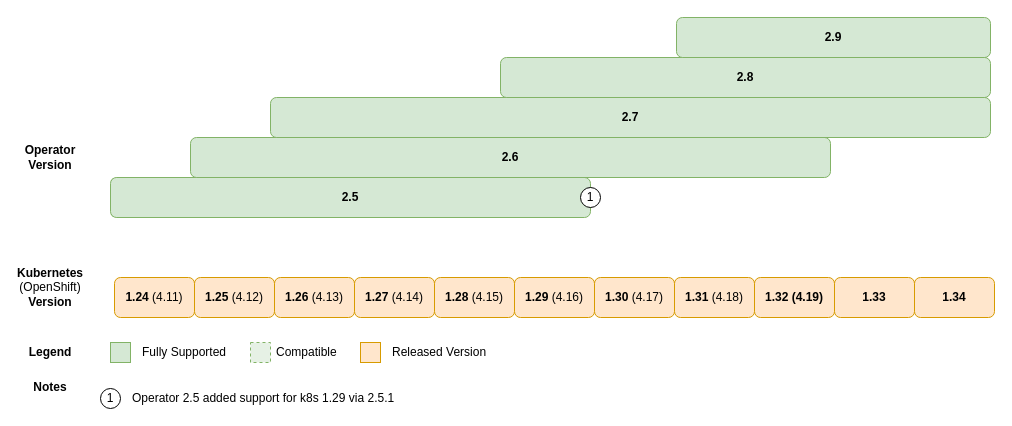
couchbase/docs-operator keeps this draw.io diagram as page "Compat Kuberentes" (1 of 3) of drawio-charts/k8s-compat.drawio. Above is the earlier version. Source tidied: cells renumbered, new cells numbered last; positions are measured from the earlier drawing's top-left corner, leaving out a move shared by most shapes. Both pictures are drawn from the tidied source at 100%, with x=0, y=0 at pixel (20, 17).
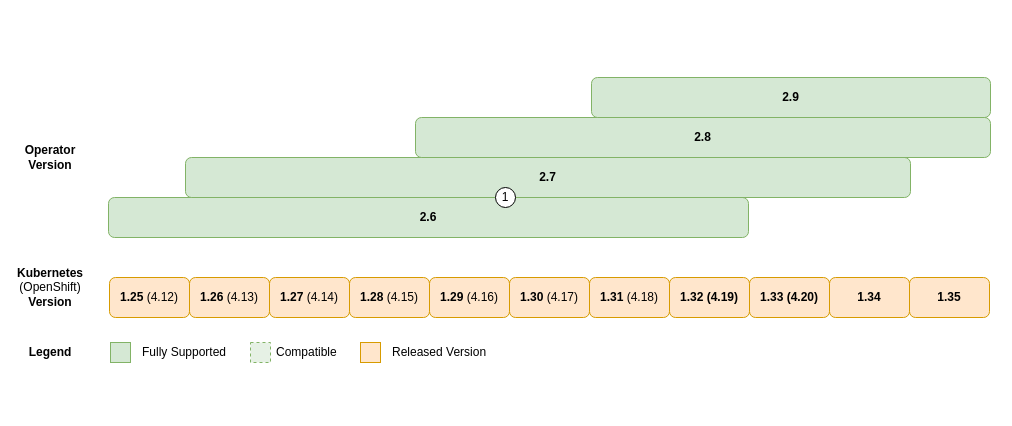
The same diagram, later.

Diff of the diagram source:
```diff
@@
-    <mxCell id="2" style="rounded=1;whiteSpace=wrap;html=1;fillColor=#d5e8d4;strokeColor=#82b366;fillOpacity=60;dashed=1;" parent="1" vertex="1">
-      <mxGeometry x="90" y="160" width="320" height="40" as="geometry" />
-    </mxCell>
@@
-    <mxCell id="6" value="&lt;b&gt;Notes&lt;/b&gt;" style="text;html=1;strokeColor=none;fillColor=none;align=center;verticalAlign=middle;whiteSpace=wrap;rounded=0;glass=0;" parent="1" vertex="1">
-      <mxGeometry y="360" width="60" height="20" as="geometry" />
-    </mxCell>
@@
-    <mxCell id="13" value="1" style="ellipse;whiteSpace=wrap;html=1;glass=0;" parent="1" vertex="1">
-      <mxGeometry x="80" y="371" width="20" height="20" as="geometry" />
-    </mxCell>
-    <mxCell id="14" value="Operator 2.5 added support for k8s 1.29 via 2.5.1" style="text;html=1;strokeColor=none;fillColor=none;align=left;verticalAlign=middle;whiteSpace=wrap;rounded=0;glass=0;" parent="1" vertex="1">
-      <mxGeometry x="110" y="371" width="470" height="20" as="geometry" />
-    </mxCell>
-    <mxCell id="15" value="&lt;div&gt;&lt;b&gt;1.24&amp;nbsp;&lt;/b&gt;(4.11)&lt;/div&gt;&lt;b&gt;&lt;/b&gt;" style="rounded=1;whiteSpace=wrap;html=1;fillColor=#ffe6cc;strokeColor=#d79b00;" parent="1" vertex="1">
-      <mxGeometry x="94" y="260" width="80" height="40" as="geometry" />
-    </mxCell>
     <mxCell id="16" value="&lt;div&gt;&lt;b&gt;1.25&amp;nbsp;&lt;/b&gt;(4.12)&lt;/div&gt;&lt;b&gt;&lt;/b&gt;" style="rounded=1;whiteSpace=wrap;html=1;fillColor=#ffe6cc;strokeColor=#d79b00;" parent="1" vertex="1">
-      <mxGeometry x="174" y="260" width="80" height="40" as="geometry" />
+      <mxGeometry x="89" y="260" width="80" height="40" as="geometry" />
     </mxCell>
     <mxCell id="17" value="&lt;b&gt;1.26&lt;/b&gt; (4.13)" style="rounded=1;whiteSpace=wrap;html=1;fillColor=#ffe6cc;strokeColor=#d79b00;" parent="1" vertex="1">
-      <mxGeometry x="254" y="260" width="80" height="40" as="geometry" />
+      <mxGeometry x="169" y="260" width="80" height="40" as="geometry" />
     </mxCell>
     <mxCell id="18" value="&lt;b&gt;1.27&lt;/b&gt; (4.14)" style="rounded=1;whiteSpace=wrap;html=1;fillColor=#ffe6cc;strokeColor=#d79b00;" parent="1" vertex="1">
-      <mxGeometry x="334" y="260" width="80" height="40" as="geometry" />
+      <mxGeometry x="249" y="260" width="80" height="40" as="geometry" />
     </mxCell>
-    <mxCell id="19" value="&lt;b&gt;2.5&lt;/b&gt;" style="rounded=1;whiteSpace=wrap;html=1;fillColor=#d5e8d4;strokeColor=#82b366;" parent="1" vertex="1">
-      <mxGeometry x="90" y="160" width="480" height="40" as="geometry" />
-    </mxCell>
     <mxCell id="20" value="&lt;b&gt;1.28&lt;/b&gt; (4.15)" style="rounded=1;whiteSpace=wrap;html=1;fillColor=#ffe6cc;strokeColor=#d79b00;" parent="1" vertex="1">
-      <mxGeometry x="414" y="260" width="80" height="40" as="geometry" />
+      <mxGeometry x="329" y="260" width="80" height="40" as="geometry" />
     </mxCell>
     <mxCell id="21" value="&lt;b&gt;2.6&lt;/b&gt;" style="rounded=1;whiteSpace=wrap;html=1;fillColor=#d5e8d4;strokeColor=#82b366;" parent="1" vertex="1">
-      <mxGeometry x="170" y="120" width="640" height="40" as="geometry" />
+      <mxGeometry x="88" y="180" width="640" height="40" as="geometry" />
     </mxCell>
     <mxCell id="22" value="&lt;b&gt;1.29 &lt;/b&gt;(4.16)" style="rounded=1;whiteSpace=wrap;html=1;fillColor=#ffe6cc;strokeColor=#d79b00;" parent="1" vertex="1">
-      <mxGeometry x="494" y="260" width="80" height="40" as="geometry" />
+      <mxGeometry x="409" y="260" width="80" height="40" as="geometry" />
     </mxCell>
     <mxCell id="23" value="&lt;b&gt;1.30 &lt;/b&gt;(4.17)" style="rounded=1;whiteSpace=wrap;html=1;fillColor=#ffe6cc;strokeColor=#d79b00;" parent="1" vertex="1">
-      <mxGeometry x="574" y="260" width="80" height="40" as="geometry" />
+      <mxGeometry x="489" y="260" width="80" height="40" as="geometry" />
     </mxCell>
     <mxCell id="24" value="&lt;b&gt;2.7&lt;/b&gt;" style="rounded=1;whiteSpace=wrap;html=1;fillColor=#d5e8d4;strokeColor=#82b366;" parent="1" vertex="1">
-      <mxGeometry x="250" y="80" width="720" height="40" as="geometry" />
+      <mxGeometry x="165" y="140" width="725" height="40" as="geometry" />
     </mxCell>
     <mxCell id="25" value="&lt;b&gt;2.8&lt;/b&gt;" style="rounded=1;whiteSpace=wrap;html=1;fillColor=#d5e8d4;strokeColor=#82b366;" parent="1" vertex="1">
-      <mxGeometry x="480" y="40" width="490" height="40" as="geometry" />
+      <mxGeometry x="395" y="100" width="575" height="40" as="geometry" />
     </mxCell>
     <mxCell id="26" value="&lt;b&gt;1.31&lt;/b&gt;&amp;nbsp;(4.18)" style="rounded=1;whiteSpace=wrap;html=1;fillColor=#ffe6cc;strokeColor=#d79b00;" parent="1" vertex="1">
-      <mxGeometry x="654" y="260" width="80" height="40" as="geometry" />
+      <mxGeometry x="569" y="260" width="80" height="40" as="geometry" />
     </mxCell>
     <mxCell id="27" value="&lt;b&gt;1.32 (4.19)&lt;/b&gt;" style="rounded=1;whiteSpace=wrap;html=1;fillColor=#ffe6cc;strokeColor=#d79b00;" parent="1" vertex="1">
-      <mxGeometry x="734" y="260" width="80" height="40" as="geometry" />
+      <mxGeometry x="649" y="260" width="80" height="40" as="geometry" />
     </mxCell>
     <mxCell id="28" value="1" style="ellipse;whiteSpace=wrap;html=1;glass=0;" parent="1" vertex="1">
-      <mxGeometry x="560" y="170" width="20" height="20" as="geometry" />
+      <mxGeometry x="475" y="170" width="20" height="20" as="geometry" />
     </mxCell>
     <mxCell id="29" value="&lt;b&gt;2.9&lt;/b&gt;" style="rounded=1;whiteSpace=wrap;html=1;fillColor=#d5e8d4;strokeColor=#82b366;" parent="1" vertex="1">
-      <mxGeometry x="656" width="314" height="40" as="geometry" />
+      <mxGeometry x="571" y="60" width="399" height="40" as="geometry" />
     </mxCell>
-    <mxCell id="30" value="&lt;b&gt;1.33&lt;/b&gt;" style="rounded=1;whiteSpace=wrap;html=1;fillColor=#ffe6cc;strokeColor=#d79b00;" parent="1" vertex="1">
-      <mxGeometry x="814" y="260" width="80" height="40" as="geometry" />
+    <mxCell id="30" value="&lt;b&gt;1.33 (4.20)&lt;/b&gt;" style="rounded=1;whiteSpace=wrap;html=1;fillColor=#ffe6cc;strokeColor=#d79b00;" parent="1" vertex="1">
+      <mxGeometry x="729" y="260" width="80" height="40" as="geometry" />
     </mxCell>
     <mxCell id="31" value="&lt;b&gt;1.34&lt;/b&gt;" style="rounded=1;whiteSpace=wrap;html=1;fillColor=#ffe6cc;strokeColor=#d79b00;" parent="1" vertex="1">
-      <mxGeometry x="894" y="260" width="80" height="40" as="geometry" />
+      <mxGeometry x="809" y="260" width="80" height="40" as="geometry" />
     </mxCell>
+    <mxCell id="32" value="&lt;b&gt;1.35&lt;/b&gt;" style="rounded=1;whiteSpace=wrap;html=1;fillColor=#ffe6cc;strokeColor=#d79b00;" parent="1" vertex="1">
+      <mxGeometry x="889" y="260" width="80" height="40" as="geometry" />
+    </mxCell>
```
